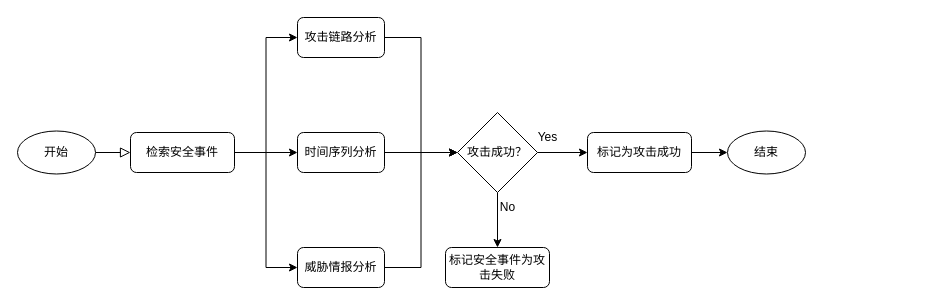
This is 溯源事件分析-2.drawio from popvlovs/popvlovs-repository, a draw.io file, before an edit. Source tidied: cells renumbered, new cells numbered last; positions are measured from the earlier drawing's top-left corner, leaving out a move shared by most shapes. Both pictures are drawn from the tidied source at 100%, with x=0, y=0 at pixel (17, 17).
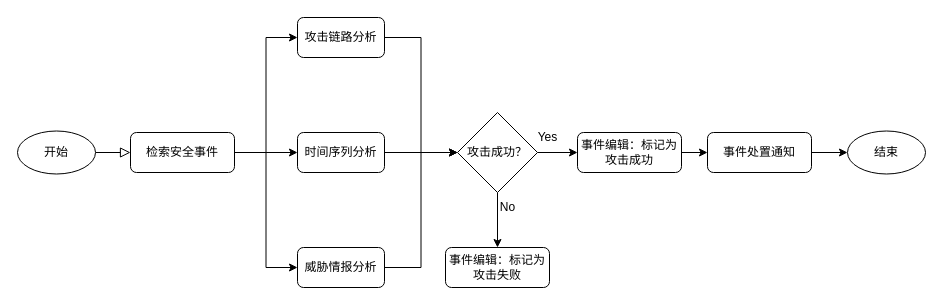
After the change.

Commit message (it also covers changes not shown here):
Update 溯源事件分析-2.drawio

Diff of the diagram source:
```diff
@@
-    <mxCell id="17" style="edgeStyle=orthogonalEdgeStyle;rounded=0;jettySize=auto;html=1;" parent="1" edge="1" source="18" target="22">
+    <mxCell id="17" style="edgeStyle=orthogonalEdgeStyle;rounded=0;jettySize=auto;html=1;entryX=0;entryY=0.5;entryDx=0;entryDy=0;" parent="1" edge="1" source="18" target="24">
       <mxGeometry relative="1" as="geometry" />
     </mxCell>
-    <mxCell id="18" value="标记为攻击成功" style="rounded=1;whiteSpace=wrap;html=1;fontSize=12;glass=0;strokeWidth=1;shadow=0;" parent="1" vertex="1">
-      <mxGeometry x="570" y="115" width="104" height="40" as="geometry" />
+    <mxCell id="18" value="事件编辑：标记为攻击成功" style="rounded=1;whiteSpace=wrap;html=1;fontSize=12;glass=0;strokeWidth=1;shadow=0;" parent="1" vertex="1">
+      <mxGeometry x="560" y="115" width="104" height="40" as="geometry" />
     </mxCell>
-    <mxCell id="19" value="标记安全事件为攻击失败" style="rounded=1;whiteSpace=wrap;html=1;fontSize=12;glass=0;strokeWidth=1;shadow=0;" parent="1" vertex="1">
+    <mxCell id="19" value="事件编辑：标记为攻击失败" style="rounded=1;whiteSpace=wrap;html=1;fontSize=12;glass=0;strokeWidth=1;shadow=0;" parent="1" vertex="1">
       <mxGeometry x="428" y="230" width="104" height="40" as="geometry" />
     </mxCell>
@@
     <mxCell id="22" value="结束" style="ellipse;whiteSpace=wrap;html=1;" parent="1" vertex="1">
-      <mxGeometry x="710" y="113.5" width="78" height="43" as="geometry" />
+      <mxGeometry x="830" y="113.5" width="78" height="43" as="geometry" />
     </mxCell>
+    <mxCell id="23" style="edgeStyle=orthogonalEdgeStyle;rounded=0;jettySize=auto;html=1;" parent="1" edge="1" source="24" target="22">
+      <mxGeometry relative="1" as="geometry" />
+    </mxCell>
+    <mxCell id="24" value="事件处置通知" style="rounded=1;whiteSpace=wrap;html=1;fontSize=12;glass=0;strokeWidth=1;shadow=0;" parent="1" vertex="1">
+      <mxGeometry x="690" y="115" width="104" height="40" as="geometry" />
+    </mxCell>
```
